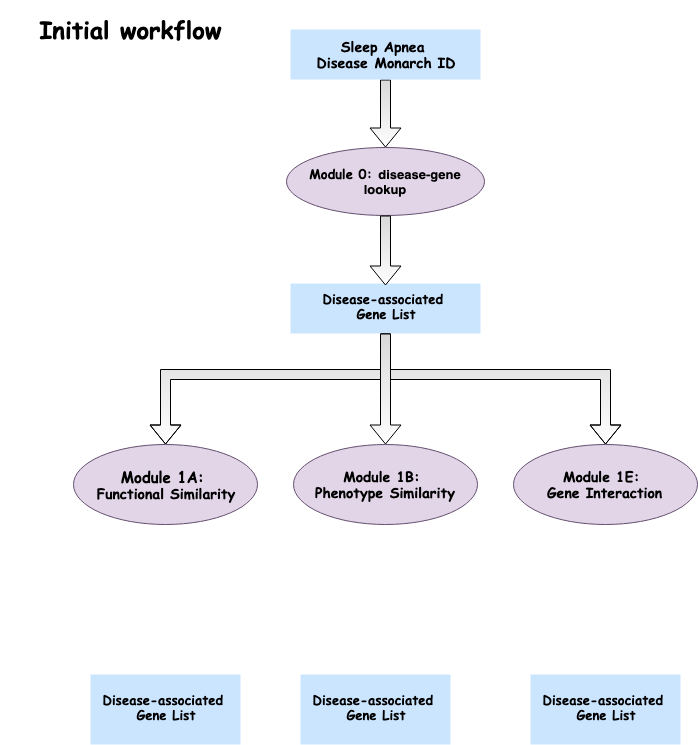
This is workflow2_diagram.png from imxiaow/SleepApnea-Presentation, a draw.io export, as it was before one commit. Source tidied: cells renumbered, new cells last; positions are measured from the earlier drawing's top-left corner, leaving out a move shared by most shapes.
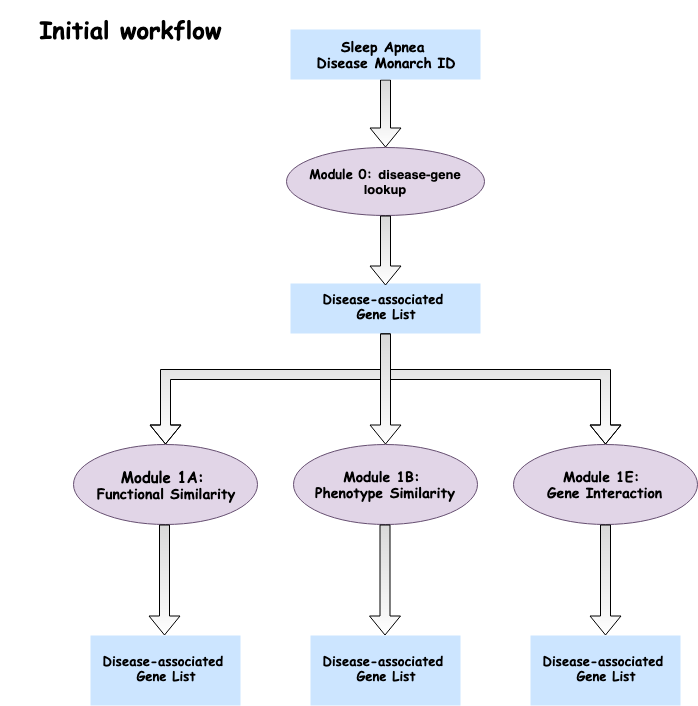
The same file after the commit.

Change to the diagram source:
```diff
@@ -47,13 +47,13 @@
       </mxGeometry>
     </mxCell>
     <mxCell id="11" value="&lt;h4 style=&quot;font-size: 13px&quot;&gt;&lt;font face=&quot;Comic Sans MS&quot; style=&quot;font-size: 13px&quot;&gt;Disease-associated&amp;nbsp;&lt;br&gt;&lt;/font&gt;&lt;font face=&quot;Comic Sans MS&quot; style=&quot;font-size: 13px&quot;&gt;Gene List&lt;/font&gt;&lt;/h4&gt;" style="rounded=0;whiteSpace=wrap;html=1;fillColor=#cce5ff;strokeColor=none;" parent="1" vertex="1">
-      <mxGeometry x="530" y="660" width="150" height="70" as="geometry" />
+      <mxGeometry x="530" y="621" width="150" height="70" as="geometry" />
     </mxCell>
     <mxCell id="12" value="&lt;h4 style=&quot;font-size: 13px&quot;&gt;&lt;font face=&quot;Comic Sans MS&quot; style=&quot;font-size: 13px&quot;&gt;Disease-associated&amp;nbsp;&lt;br&gt;&lt;/font&gt;&lt;font face=&quot;Comic Sans MS&quot; style=&quot;font-size: 13px&quot;&gt;Gene List&lt;/font&gt;&lt;/h4&gt;" style="rounded=0;whiteSpace=wrap;html=1;fillColor=#cce5ff;strokeColor=none;" parent="1" vertex="1">
-      <mxGeometry x="90" y="660" width="150" height="70" as="geometry" />
+      <mxGeometry x="90" y="621" width="150" height="70" as="geometry" />
     </mxCell>
     <mxCell id="13" value="&lt;h4 style=&quot;font-size: 13px&quot;&gt;&lt;font face=&quot;Comic Sans MS&quot; style=&quot;font-size: 13px&quot;&gt;Disease-associated&amp;nbsp;&lt;br&gt;&lt;/font&gt;&lt;font face=&quot;Comic Sans MS&quot; style=&quot;font-size: 13px&quot;&gt;Gene List&lt;/font&gt;&lt;/h4&gt;" style="rounded=0;whiteSpace=wrap;html=1;fillColor=#cce5ff;strokeColor=none;" parent="1" vertex="1">
-      <mxGeometry x="300" y="660" width="150" height="70" as="geometry" />
+      <mxGeometry x="310" y="621" width="150" height="70" as="geometry" />
     </mxCell>
     <mxCell id="14" value="&lt;h3&gt;&lt;/h3&gt;&lt;h3 style=&quot;text-align: center&quot;&gt;&lt;font face=&quot;Comic Sans MS&quot;&gt;&lt;font style=&quot;font-size: 15px&quot;&gt;Module 1A:&amp;nbsp;&lt;br&gt;&lt;/font&gt;&lt;/font&gt;&lt;font face=&quot;Comic Sans MS&quot;&gt;&lt;b&gt;Functional Similarity&lt;/b&gt;&lt;/font&gt;&lt;/h3&gt;" style="ellipse;whiteSpace=wrap;html=1;fillColor=#e1d5e7;strokeColor=#654E70;gradientColor=none;" parent="1" vertex="1">
       <mxGeometry x="73" y="430" width="184" height="80" as="geometry" />
@@ -64,5 +64,23 @@
     <mxCell id="16" value="&lt;h3&gt;&lt;/h3&gt;&lt;h3&gt;&lt;font face=&quot;Comic Sans MS&quot;&gt;Module 1E:&amp;nbsp;&lt;br&gt;&lt;/font&gt;&lt;font face=&quot;Comic Sans MS&quot;&gt;Gene Interaction&lt;/font&gt;&lt;/h3&gt;" style="ellipse;whiteSpace=wrap;html=1;fillColor=#e1d5e7;strokeColor=#654E70;gradientColor=none;" parent="1" vertex="1">
       <mxGeometry x="513" y="430" width="184" height="80" as="geometry" />
     </mxCell>
+    <mxCell id="17" style="edgeStyle=orthogonalEdgeStyle;rounded=0;orthogonalLoop=1;jettySize=auto;html=1;shape=flexArrow;fillColor=#D9D9D9;gradientColor=#ffffff;" parent="1" edge="1">
+      <mxGeometry relative="1" as="geometry">
+        <mxPoint x="384.5" y="510" as="sourcePoint" />
+        <mxPoint x="384.5" y="621" as="targetPoint" />
+      </mxGeometry>
+    </mxCell>
+    <mxCell id="18" style="edgeStyle=orthogonalEdgeStyle;rounded=0;orthogonalLoop=1;jettySize=auto;html=1;shape=flexArrow;fillColor=#D9D9D9;gradientColor=#ffffff;" parent="1" edge="1">
+      <mxGeometry relative="1" as="geometry">
+        <mxPoint x="605" y="510" as="sourcePoint" />
+        <mxPoint x="605" y="621" as="targetPoint" />
+      </mxGeometry>
+    </mxCell>
+    <mxCell id="19" style="edgeStyle=orthogonalEdgeStyle;rounded=0;orthogonalLoop=1;jettySize=auto;html=1;shape=flexArrow;fillColor=#D9D9D9;gradientColor=#ffffff;" parent="1" edge="1">
+      <mxGeometry relative="1" as="geometry">
+        <mxPoint x="164" y="510" as="sourcePoint" />
+        <mxPoint x="164" y="621" as="targetPoint" />
+      </mxGeometry>
+    </mxCell>
   </root>
 </mxGraphModel>
```
